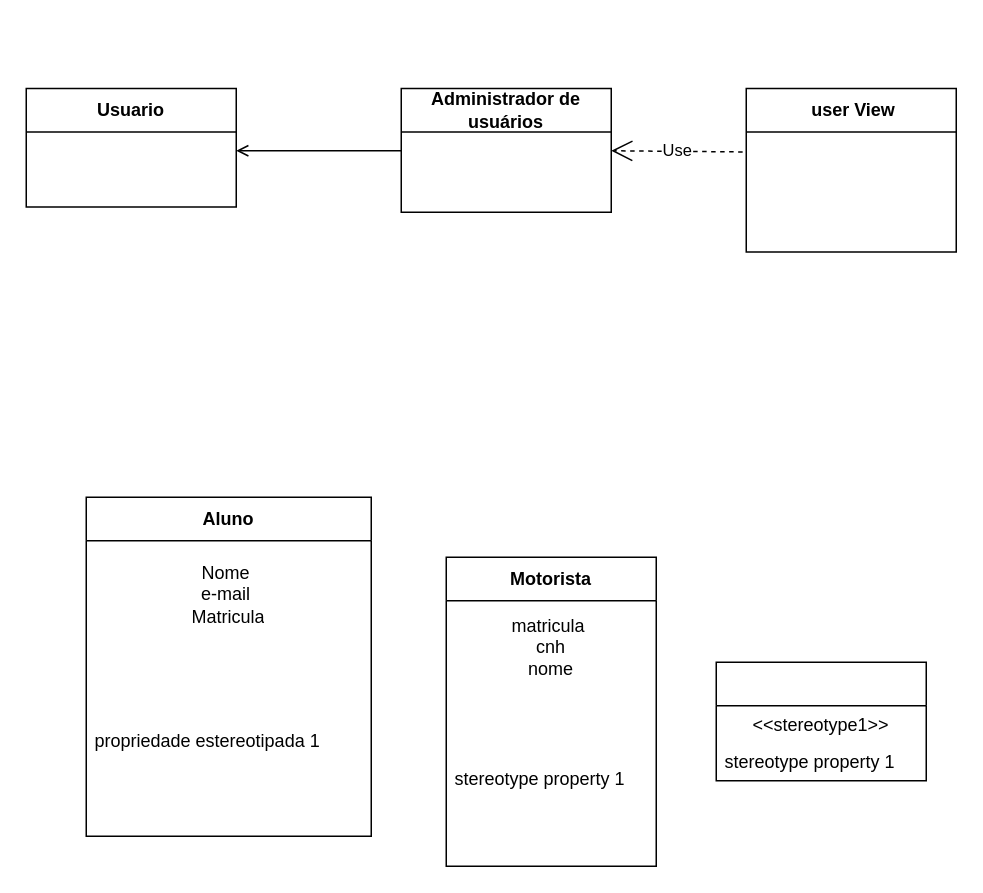
The draw.io diagram DiagramaDeClasses.drawio in augustomiguel/metodosdeprojeto, before the edit. Source tidied: cells renumbered, new cells numbered last; positions are measured from the earlier drawing's top-left corner, leaving out a move shared by most shapes. Both pictures are drawn from the tidied source at 150%, with x=0, y=0 at pixel (26, 88).
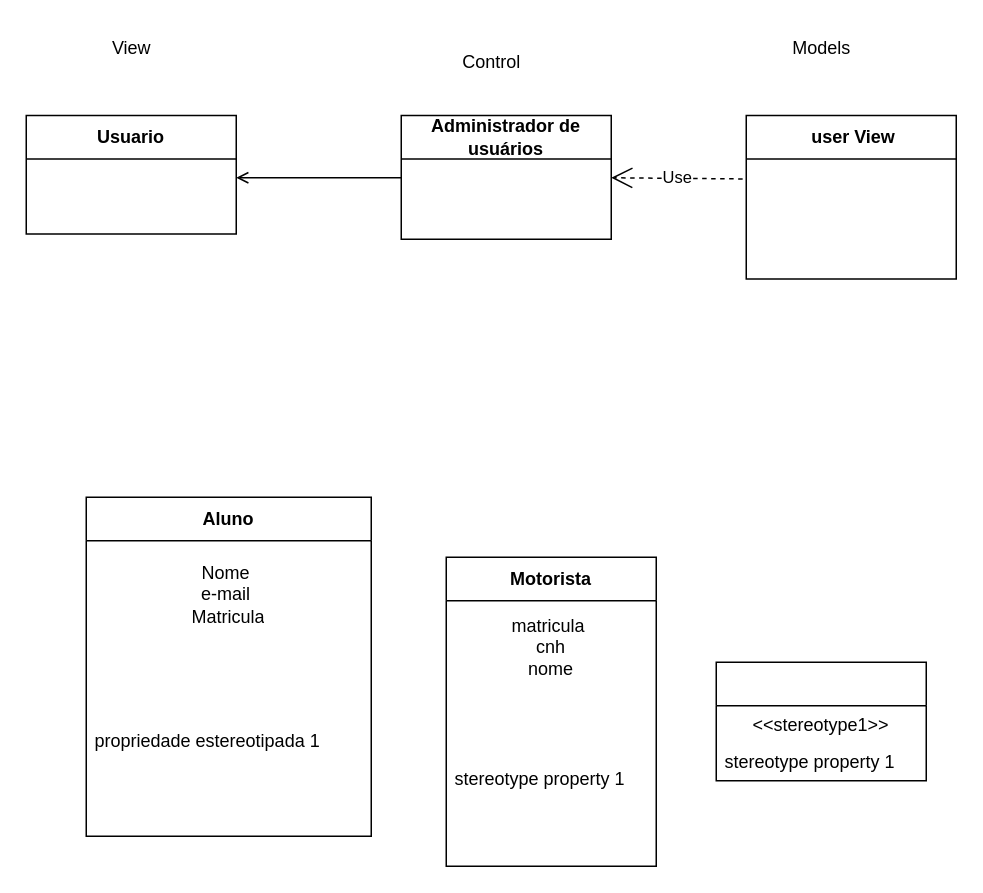
After the change.

What changed in the source:
```diff
@@
     <mxCell id="8" value="Usuario" style="swimlane;fontStyle=1;align=center;verticalAlign=middle;horizontal=1;startSize=29;html=1;whiteSpace=wrap;" parent="1" vertex="1">
-      <mxGeometry y="-0.5" width="140" height="79" as="geometry" />
+      <mxGeometry y="17.5" width="140" height="79" as="geometry" />
     </mxCell>
     <mxCell id="9" value="Administrador de usuários" style="swimlane;fontStyle=1;align=center;verticalAlign=middle;horizontal=1;startSize=29;html=1;whiteSpace=wrap;" parent="1" vertex="1">
-      <mxGeometry x="250" y="-0.5" width="140" height="82.5" as="geometry" />
+      <mxGeometry x="250" y="17.5" width="140" height="82.5" as="geometry" />
     </mxCell>
     <mxCell id="10" value="&amp;nbsp;user View" style="swimlane;fontStyle=1;align=center;verticalAlign=middle;horizontal=1;startSize=29;html=1;whiteSpace=wrap;" parent="1" vertex="1">
-      <mxGeometry x="480" y="-0.5" width="140" height="109" as="geometry" />
+      <mxGeometry x="480" y="17.5" width="140" height="109" as="geometry" />
     </mxCell>
@@
     <mxCell id="14" value="Use" style="endArrow=open;endSize=12;dashed=1;html=1;rounded=0;exitX=-0.017;exitY=0.81;exitDx=0;exitDy=0;exitPerimeter=0;entryX=1;entryY=0.5;entryDx=0;entryDy=0;" parent="1" edge="1">
       <mxGeometry relative="1" as="geometry">
-        <mxPoint x="477.6" y="41.8" as="sourcePoint" />
-        <mxPoint x="390" y="41" as="targetPoint" />
+        <mxPoint x="477.6" y="59.8" as="sourcePoint" />
+        <mxPoint x="390" y="59" as="targetPoint" />
       </mxGeometry>
     </mxCell>
     <mxCell id="15" style="edgeStyle=orthogonalEdgeStyle;rounded=0;orthogonalLoop=1;jettySize=auto;html=1;exitX=0;exitY=0.5;exitDx=0;exitDy=0;entryX=1;entryY=0.5;entryDx=0;entryDy=0;shape=wire;dashed=1;endArrow=open;endFill=0;" parent="1" edge="1">
       <mxGeometry relative="1" as="geometry">
-        <mxPoint x="250" y="41" as="sourcePoint" />
-        <mxPoint x="140" y="41" as="targetPoint" />
+        <mxPoint x="250" y="59" as="sourcePoint" />
+        <mxPoint x="140" y="59" as="targetPoint" />
       </mxGeometry>
     </mxCell>
+    <mxCell id="16" value="View" style="text;html=1;align=center;verticalAlign=middle;strokeColor=none;fillColor=none;" parent="1" vertex="1">
+      <mxGeometry x="45" y="-42" width="50" height="30" as="geometry" />
+    </mxCell>
+    <mxCell id="17" value="Control" style="text;html=1;align=center;verticalAlign=middle;strokeColor=none;fillColor=none;" parent="1" vertex="1">
+      <mxGeometry x="280" y="-33" width="60" height="30" as="geometry" />
+    </mxCell>
+    <mxCell id="18" value="Models" style="text;html=1;align=center;verticalAlign=middle;strokeColor=none;fillColor=none;" parent="1" vertex="1">
+      <mxGeometry x="500" y="-42" width="60" height="30" as="geometry" />
+    </mxCell>
```
